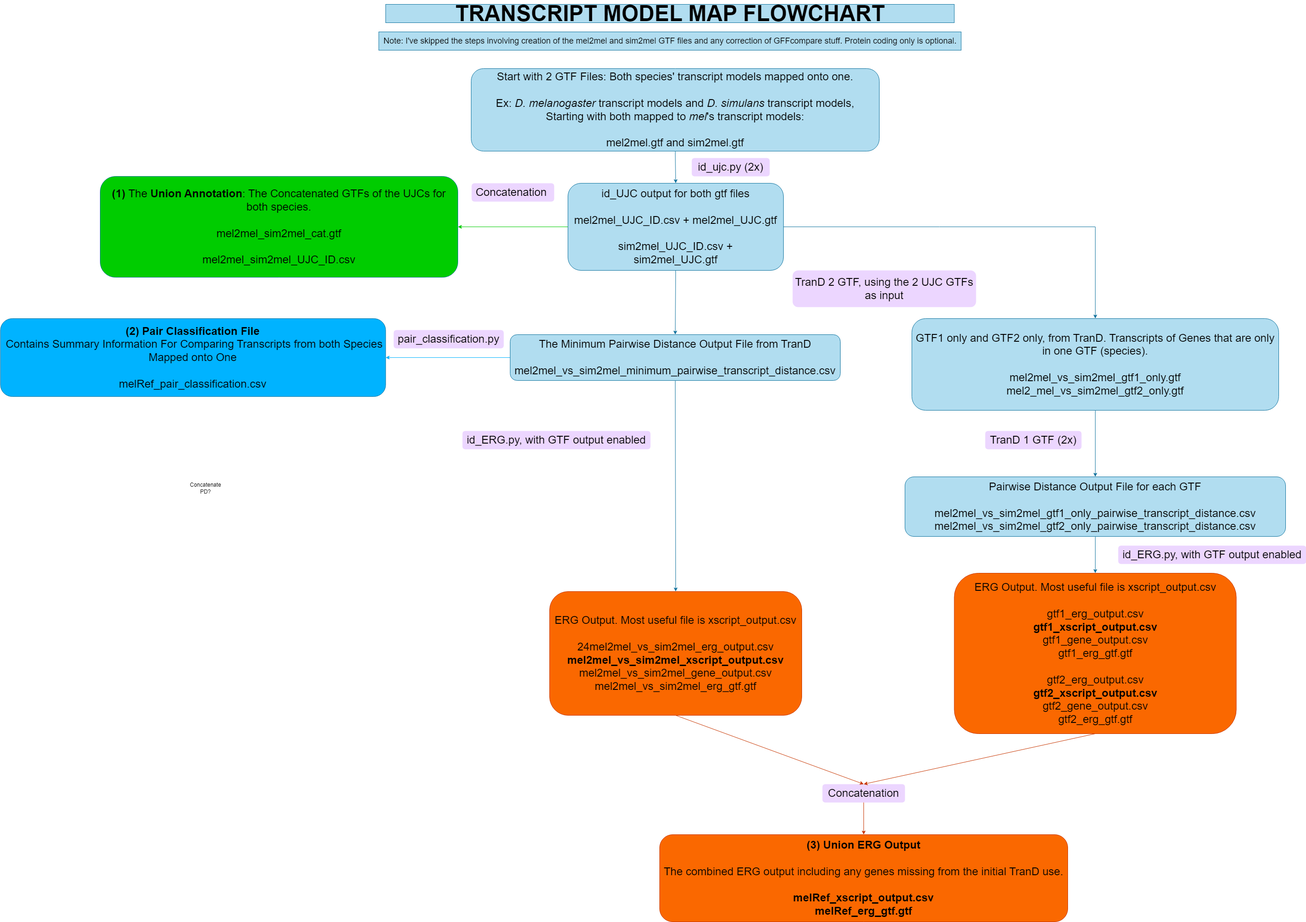
This is docs/TMM_flowchart.png from McIntyre-Lab/TranD, a draw.io export, as it was before one commit. Source tidied: cells renumbered, new cells last; positions are measured from the earlier drawing's top-left corner, leaving out a move shared by most shapes.
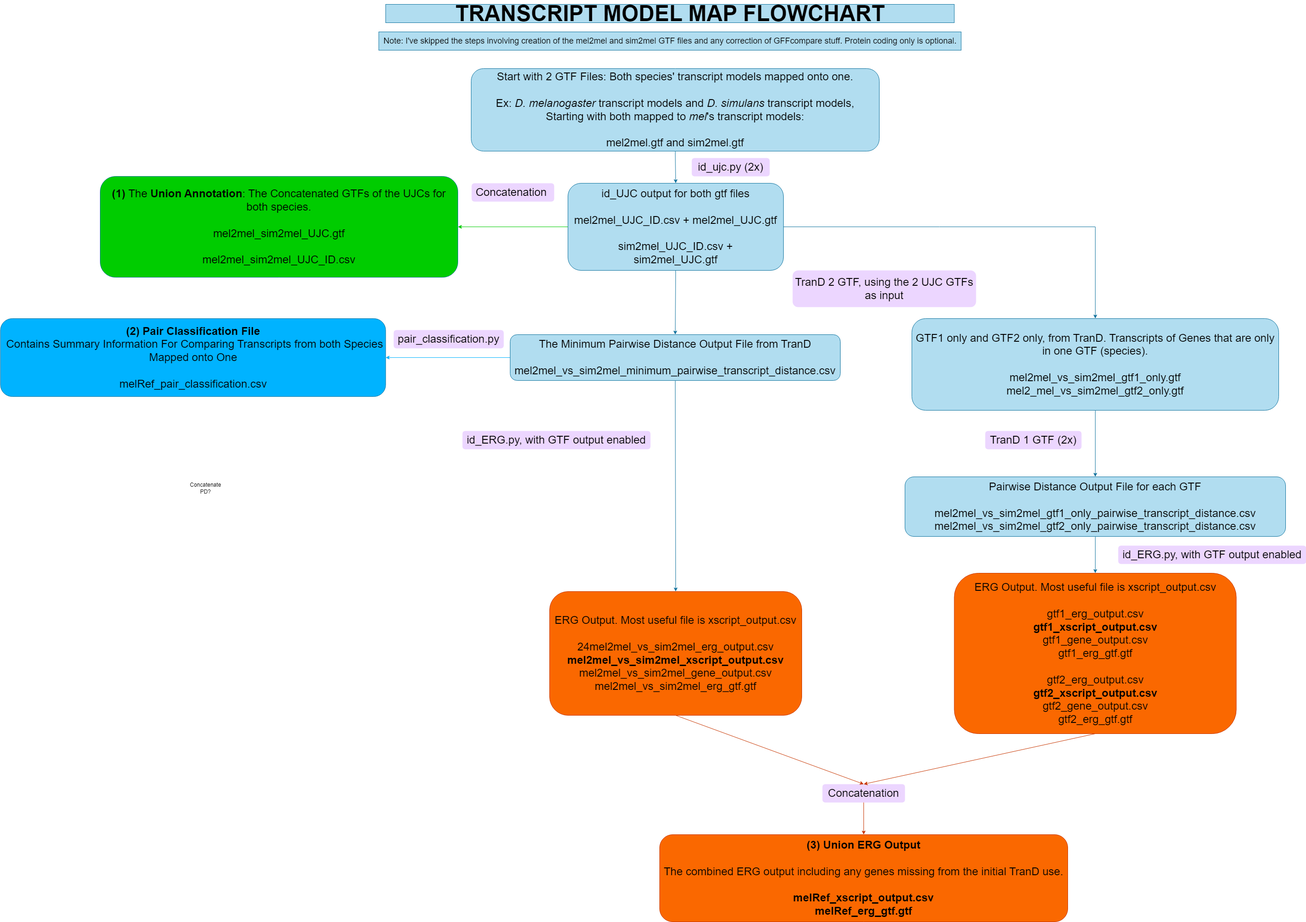
The same diagram one commit later.

Change to the diagram source:
```diff
@@ -29,7 +29,7 @@
     <mxCell id="10" value="&lt;font style=&quot;font-size: 24px;&quot;&gt;Concatenation&amp;nbsp;&lt;/font&gt;" style="text;html=1;align=center;verticalAlign=middle;whiteSpace=wrap;rounded=1;fillColor=#ECD6FF;strokeColor=none;" parent="1" vertex="1">
       <mxGeometry x="1028" y="390" width="180" height="40" as="geometry" />
     </mxCell>
-    <mxCell id="11" value="&lt;font style=&quot;font-size: 24px;&quot;&gt;&lt;b&gt;(1) &lt;/b&gt;The &lt;b&gt;Union Annotation&lt;/b&gt;: The Concatenated GTFs of the UJCs for both species.&lt;br&gt;&lt;br&gt;mel2mel_sim2mel_cat.gtf&lt;br&gt;&lt;br&gt;mel2mel_sim2mel_UJC_ID.csv&lt;/font&gt;" style="rounded=1;whiteSpace=wrap;html=1;fillColor=#00CC00;strokeColor=#10739e;" parent="1" vertex="1">
+    <mxCell id="11" value="&lt;font style=&quot;font-size: 24px;&quot;&gt;&lt;b&gt;(1) &lt;/b&gt;The &lt;b&gt;Union Annotation&lt;/b&gt;: The Concatenated GTFs of the UJCs for both species.&lt;br&gt;&lt;br&gt;mel2mel_sim2mel_UJC.gtf&lt;br&gt;&lt;br&gt;mel2mel_sim2mel_UJC_ID.csv&lt;/font&gt;" style="rounded=1;whiteSpace=wrap;html=1;fillColor=#00CC00;strokeColor=#10739e;" parent="1" vertex="1">
       <mxGeometry x="218" y="375" width="780" height="220" as="geometry" />
     </mxCell>
     <mxCell id="12" style="endArrow=classic;html=1;rounded=0;exitX=0.5;exitY=1;exitDx=0;exitDy=0;entryX=0.5;entryY=0;entryDx=0;entryDy=0;fillColor=#b1ddf0;strokeColor=#10739e;" parent="1" edge="1" source="8" target="14">
```
